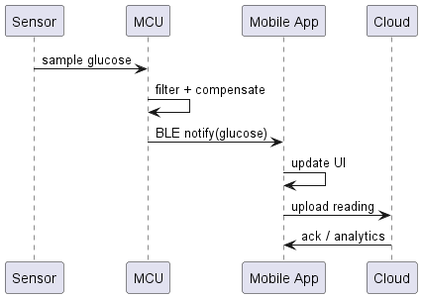
This is out/documents/diagrams/uml/cgms_sequence/cgms_sequence.png from spothana/cgms, a PlantUML export, as it was before one commit. Its diagram source:
```plantuml
@startuml cgms_sequence
participant Sensor
participant MCU
participant "Mobile App" as App
participant Cloud

Sensor -> MCU : sample glucose
MCU -> MCU : filter + compensate
MCU -> App : BLE notify(glucose)
App -> App : update UI
App -> Cloud : upload reading
Cloud -> App : ack / analytics

@enduml
```
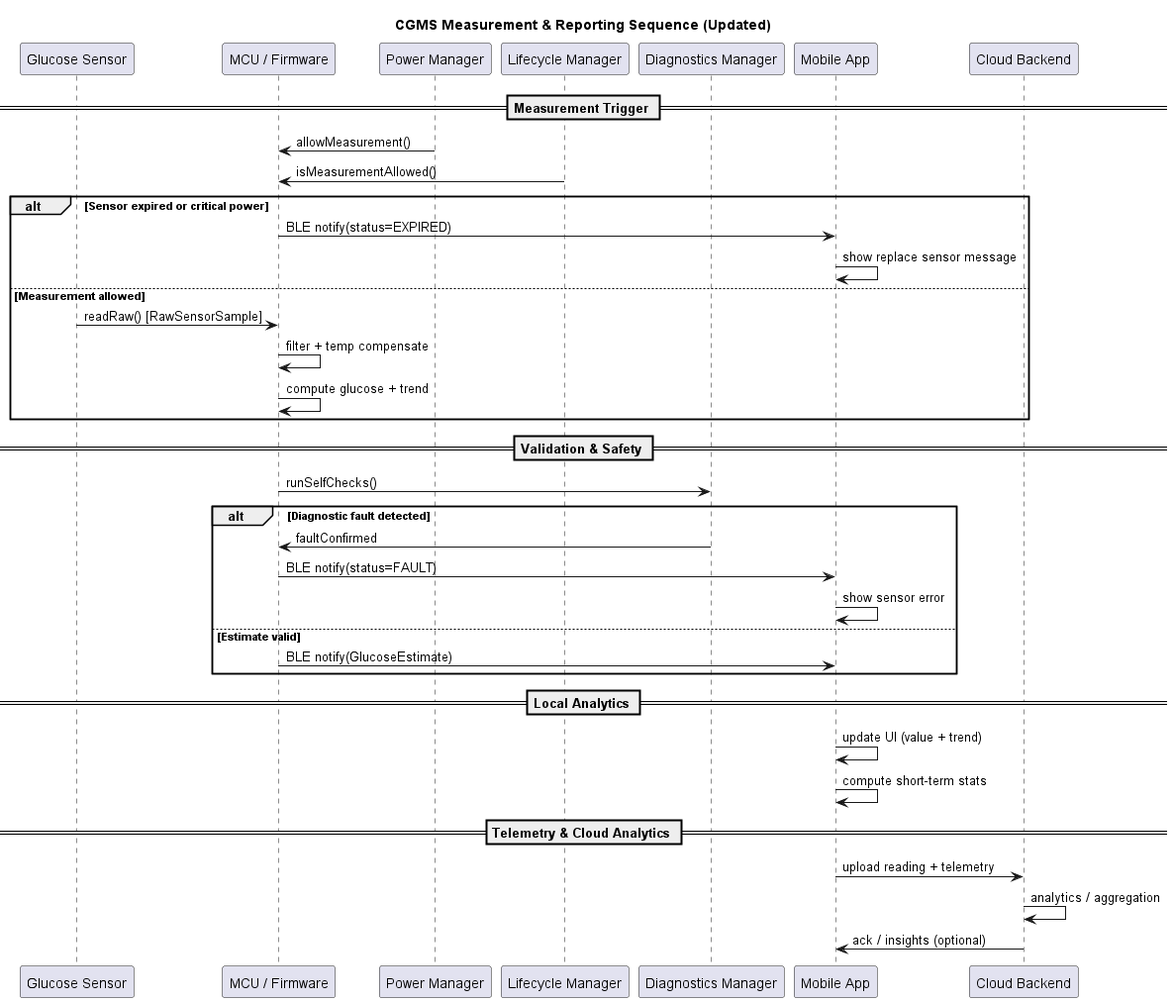
Above is the later version.

Change to the diagram source:
```diff
@@ -1,14 +1,44 @@
 @startuml cgms_sequence
-participant Sensor
-participant MCU
+title CGMS Measurement & Reporting Sequence (Updated)
+
+participant "Glucose Sensor" as Sensor
+participant "MCU / Firmware" as MCU
+participant "Power Manager" as Power
+participant "Lifecycle Manager" as Life
+participant "Diagnostics Manager" as Diag
 participant "Mobile App" as App
-participant Cloud
+participant "Cloud Backend" as Cloud
 
-Sensor -> MCU : sample glucose
-MCU -> MCU : filter + compensate
-MCU -> App : BLE notify(glucose)
-App -> App : update UI
-App -> Cloud : upload reading
-Cloud -> App : ack / analytics
+== Measurement Trigger ==
+Power -> MCU : allowMeasurement()
+Life -> MCU : isMeasurementAllowed()
+
+alt Sensor expired or critical power
+    MCU -> App : BLE notify(status=EXPIRED)
+    App -> App : show replace sensor message
+else Measurement allowed
+    Sensor -> MCU : readRaw() [RawSensorSample]
+    MCU -> MCU : filter + temp compensate
+    MCU -> MCU : compute glucose + trend
+end
+
+== Validation & Safety ==
+MCU -> Diag : runSelfChecks()
+alt Diagnostic fault detected
+    Diag -> MCU : faultConfirmed
+    MCU -> App : BLE notify(status=FAULT)
+    App -> App : show sensor error
+else Estimate valid
+    MCU -> App : BLE notify(GlucoseEstimate)
+end
+
+== Local Analytics ==
+App -> App : update UI (value + trend)
+App -> App : compute short-term stats
+
+== Telemetry & Cloud Analytics ==
+App -> Cloud : upload reading + telemetry
+Cloud -> Cloud : analytics / aggregation
+Cloud -> App : ack / insights (optional)
 
 @enduml
```
